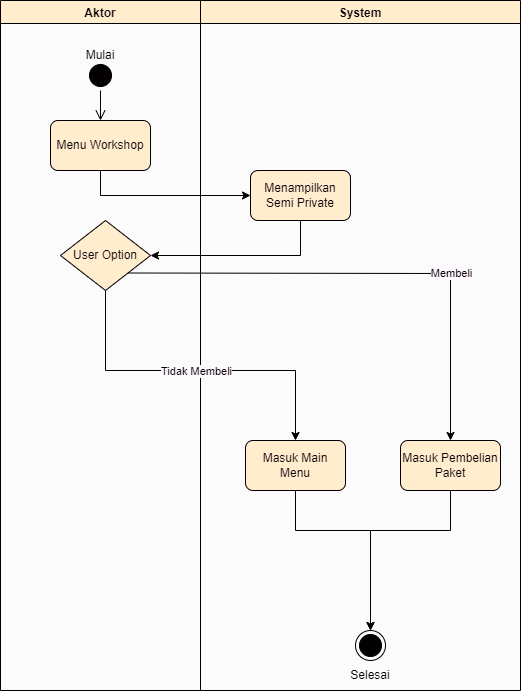
Zkavolo/Classico-Project keeps this draw.io diagram as Diagrams/Activity Diagram Unregistered/AD_Workshop_Unregistered.png. Above is the earlier version. Source tidied: cells renumbered, new cells last; positions are measured from the earlier drawing's top-left corner, leaving out a move shared by most shapes. The source it was exported from:
```xml
<mxGraphModel>
  <root>
    <mxCell id="0" />
    <mxCell id="1" parent="0" />
    <mxCell id="2" value="Aktor" style="swimlane;strokeColor=#000000;fillColor=#fff2cc;" parent="1" vertex="1">
      <mxGeometry width="200" height="690" as="geometry" />
    </mxCell>
    <mxCell id="3" value="Menu Workshop" style="rounded=1;whiteSpace=wrap;html=1;strokeColor=#000000;fillColor=#fff2cc;" parent="2" vertex="1">
      <mxGeometry x="50" y="120" width="100" height="50" as="geometry" />
    </mxCell>
    <mxCell id="4" style="ellipse;html=1;shape=startState;fillColor=#000000;strokeColor=#000000;" parent="2" vertex="1">
      <mxGeometry x="85" y="60" width="30" height="30" as="geometry" />
    </mxCell>
    <mxCell id="5" style="edgeStyle=orthogonalEdgeStyle;html=1;verticalAlign=bottom;endArrow=open;endSize=8;strokeColor=#000000;rounded=0;" parent="2" edge="1" source="4">
      <mxGeometry relative="1" as="geometry">
        <mxPoint x="100" y="120" as="targetPoint" />
      </mxGeometry>
    </mxCell>
    <mxCell id="6" value="Mulai" style="text;html=1;strokeColor=none;fillColor=none;align=center;verticalAlign=middle;whiteSpace=wrap;rounded=0;" parent="2" vertex="1">
      <mxGeometry x="70" y="40" width="60" height="30" as="geometry" />
    </mxCell>
    <mxCell id="7" value="User Option" style="rhombus;whiteSpace=wrap;html=1;fillColor=#fff2cc;strokeColor=#000000;" parent="2" vertex="1">
      <mxGeometry x="60" y="220" width="90" height="70" as="geometry" />
    </mxCell>
    <mxCell id="8" value="System" style="swimlane;strokeColor=#000000;fillColor=#fff2cc;" parent="1" vertex="1">
      <mxGeometry x="200" width="320" height="690" as="geometry" />
    </mxCell>
    <mxCell id="9" value="Menampilkan Semi Private" style="rounded=1;whiteSpace=wrap;html=1;strokeColor=#000000;fillColor=#fff2cc;" parent="8" vertex="1">
      <mxGeometry x="50" y="170" width="100" height="50" as="geometry" />
    </mxCell>
    <mxCell id="10" style="endArrow=classic;html=1;rounded=0;exitX=0.5;exitY=1;exitDx=0;exitDy=0;" parent="8" edge="1" source="7">
      <mxGeometry relative="1" as="geometry">
        <mxPoint x="95" y="440" as="targetPoint" />
        <Array as="points">
          <mxPoint x="-95" y="370" />
          <mxPoint x="95" y="370" />
        </Array>
      </mxGeometry>
    </mxCell>
    <mxCell id="11" value="Tidak Membeli" style="edgeLabel;html=1;align=center;verticalAlign=middle;strokeColor=#000000;" parent="10" vertex="1">
      <mxGeometry relative="1" as="geometry" />
    </mxCell>
    <mxCell id="12" value="Masuk Main Menu" style="rounded=1;whiteSpace=wrap;html=1;strokeColor=#000000;fillColor=#fff2cc;" parent="8" vertex="1">
      <mxGeometry x="45" y="440" width="100" height="50" as="geometry" />
    </mxCell>
    <mxCell id="13" value="Masuk Pembelian Paket" style="rounded=1;whiteSpace=wrap;html=1;strokeColor=#000000;fillColor=#fff2cc;" parent="8" vertex="1">
      <mxGeometry x="200" y="440" width="100" height="50" as="geometry" />
    </mxCell>
    <mxCell id="14" value="Selesai" style="text;html=1;strokeColor=none;fillColor=none;align=center;verticalAlign=middle;whiteSpace=wrap;rounded=0;" parent="8" vertex="1">
      <mxGeometry x="140" y="660" width="60" height="30" as="geometry" />
    </mxCell>
    <mxCell id="15" style="ellipse;html=1;shape=endState;fillColor=#000000;strokeColor=#000000;" parent="8" vertex="1">
      <mxGeometry x="155" y="630" width="30" height="30" as="geometry" />
    </mxCell>
    <mxCell id="16" style="endArrow=classic;html=1;rounded=0;exitX=0.5;exitY=1;exitDx=0;exitDy=0;entryX=0.5;entryY=0;entryDx=0;entryDy=0;" parent="8" edge="1" source="12" target="15">
      <mxGeometry relative="1" as="geometry">
        <Array as="points">
          <mxPoint x="95" y="530" />
          <mxPoint x="170" y="530" />
        </Array>
      </mxGeometry>
    </mxCell>
    <mxCell id="17" style="endArrow=classic;html=1;rounded=0;exitX=0.5;exitY=1;exitDx=0;exitDy=0;entryX=0.5;entryY=0;entryDx=0;entryDy=0;" parent="8" edge="1" source="13" target="15">
      <mxGeometry relative="1" as="geometry">
        <Array as="points">
          <mxPoint x="250" y="530" />
          <mxPoint x="170" y="530" />
        </Array>
      </mxGeometry>
    </mxCell>
    <mxCell id="18" style="endArrow=classic;html=1;rounded=0;exitX=0.5;exitY=1;exitDx=0;exitDy=0;entryX=0;entryY=0.5;entryDx=0;entryDy=0;" parent="1" edge="1" source="3" target="9">
      <mxGeometry relative="1" as="geometry">
        <Array as="points">
          <mxPoint x="100" y="195" />
        </Array>
      </mxGeometry>
    </mxCell>
    <mxCell id="19" style="endArrow=classic;html=1;rounded=0;exitX=0.5;exitY=1;exitDx=0;exitDy=0;entryX=1;entryY=0.5;entryDx=0;entryDy=0;" parent="1" edge="1" source="9">
      <mxGeometry relative="1" as="geometry">
        <mxPoint x="150" y="255" as="targetPoint" />
        <Array as="points">
          <mxPoint x="300" y="255" />
        </Array>
      </mxGeometry>
    </mxCell>
    <mxCell id="20" style="endArrow=classic;html=1;rounded=0;exitX=1;exitY=1;exitDx=0;exitDy=0;entryX=0.5;entryY=0;entryDx=0;entryDy=0;" parent="1" edge="1" source="7" target="13">
      <mxGeometry relative="1" as="geometry">
        <Array as="points">
          <mxPoint x="450" y="273" />
        </Array>
      </mxGeometry>
    </mxCell>
    <mxCell id="21" value="Membeli" style="edgeLabel;html=1;align=center;verticalAlign=middle;strokeColor=#000000;" parent="20" vertex="1">
      <mxGeometry relative="1" as="geometry">
        <mxPoint x="78" as="offset" />
      </mxGeometry>
    </mxCell>
  </root>
</mxGraphModel>
```
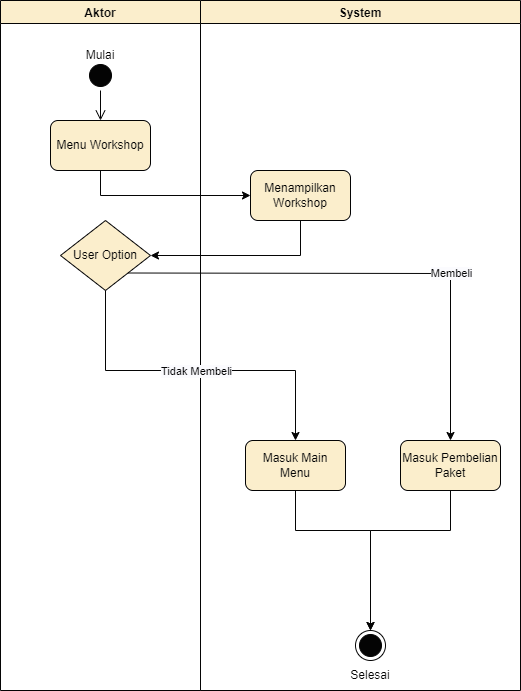
The same file after the commit.

Change to the diagram source:
```diff
@@ -25,7 +25,7 @@
     <mxCell id="8" value="System" style="swimlane;strokeColor=#000000;fillColor=#fff2cc;" parent="1" vertex="1">
       <mxGeometry x="200" width="320" height="690" as="geometry" />
     </mxCell>
-    <mxCell id="9" value="Menampilkan Semi Private" style="rounded=1;whiteSpace=wrap;html=1;strokeColor=#000000;fillColor=#fff2cc;" parent="8" vertex="1">
+    <mxCell id="9" value="Menampilkan Workshop" style="rounded=1;whiteSpace=wrap;html=1;strokeColor=#000000;fillColor=#fff2cc;" parent="8" vertex="1">
       <mxGeometry x="50" y="170" width="100" height="50" as="geometry" />
     </mxCell>
     <mxCell id="10" style="endArrow=classic;html=1;rounded=0;exitX=0.5;exitY=1;exitDx=0;exitDy=0;" parent="8" edge="1" source="7">
```
